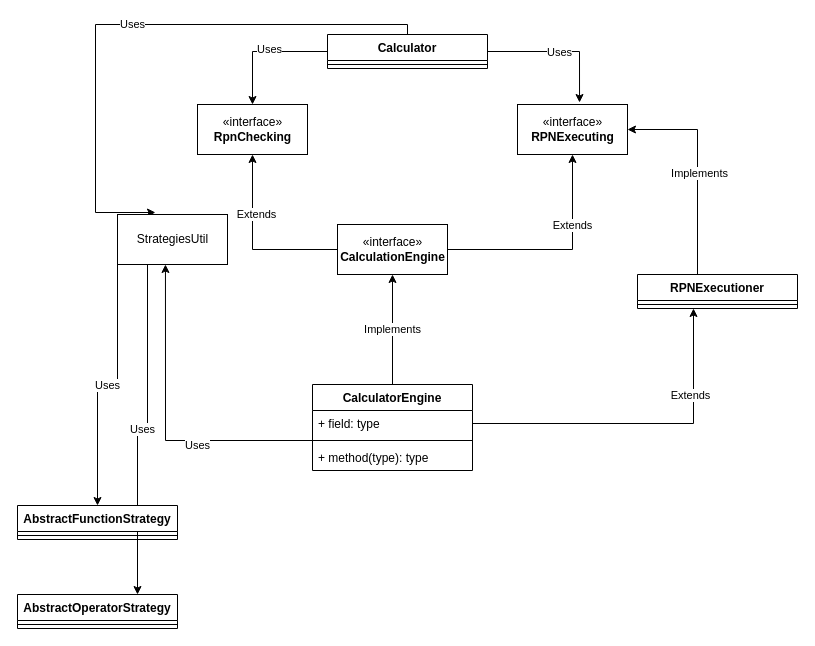
The draw.io diagram page "Current Stage" (1 of 2) of docs/RPNLibrary.drawio in bartgora/RPNLibrary, before the edit. Source tidied: cells renumbered, new cells numbered last; positions are measured from the earlier drawing's top-left corner, leaving out a move shared by most shapes. Both pictures are drawn from the tidied source at 100%, with x=0, y=0 at pixel (17, 24).
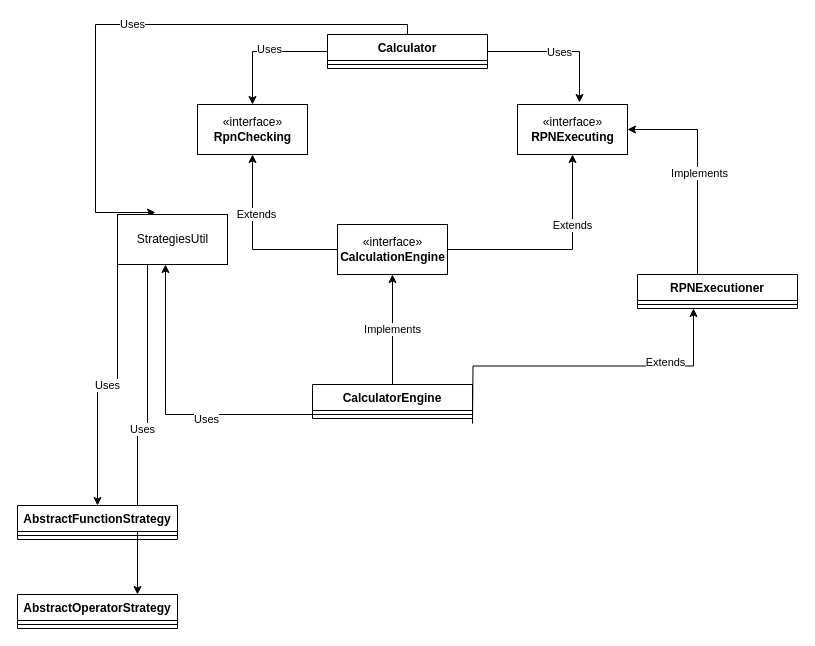
The same diagram, later.

The change refers to these unchanged cells:
```xml
<mxCell id="27" style="line;strokeWidth=1;fillColor=none;align=left;verticalAlign=middle;spacingTop=-1;spacingLeft=3;spacingRight=3;labelPosition=right;points=[];portConstraint=eastwest;" parent="26" vertex="1">
  <mxGeometry y="26" width="160" height="8" as="geometry" />
</mxCell>
```

What changed in the source:
```diff
@@
     <mxCell id="15" value="CalculatorEngine" style="swimlane;fontStyle=1;align=center;verticalAlign=top;horizontal=1;startSize=26;" parent="1" vertex="1">
-      <mxGeometry x="295" y="360" width="160" height="86" as="geometry" />
+      <mxGeometry x="295" y="360" width="160" height="34" as="geometry" />
     </mxCell>
-    <mxCell id="16" value="+ field: type" style="text;strokeColor=none;fillColor=none;align=left;verticalAlign=top;spacingLeft=4;spacingRight=4;overflow=hidden;points=[[0,0.5],[1,0.5]];portConstraint=eastwest;" parent="15" vertex="1">
-      <mxGeometry y="26" width="160" height="26" as="geometry" />
-    </mxCell>
     <mxCell id="17" style="line;strokeWidth=1;fillColor=none;align=left;verticalAlign=middle;spacingTop=-1;spacingLeft=3;spacingRight=3;labelPosition=right;points=[];portConstraint=eastwest;" parent="15" vertex="1">
-      <mxGeometry y="52" width="160" height="8" as="geometry" />
+      <mxGeometry y="26" width="160" height="8" as="geometry" />
     </mxCell>
-    <mxCell id="18" value="+ method(type): type" style="text;strokeColor=none;fillColor=none;align=left;verticalAlign=top;spacingLeft=4;spacingRight=4;overflow=hidden;" parent="15" vertex="1">
-      <mxGeometry y="60" width="160" height="26" as="geometry" />
-    </mxCell>
@@
-    <mxCell id="28" style="edgeStyle=orthogonalEdgeStyle;rounded=0;jettySize=auto;html=1;entryX=0.35;entryY=1;entryDx=0;entryDy=0;entryPerimeter=0;" parent="1" edge="1" source="16" target="27">
-      <mxGeometry relative="1" as="geometry" />
+    <mxCell id="28" style="edgeStyle=orthogonalEdgeStyle;rounded=0;jettySize=auto;html=1;entryX=0.35;entryY=1;entryDx=0;entryDy=0;entryPerimeter=0;" parent="1" edge="1" target="27">
+      <mxGeometry relative="1" as="geometry">
+        <mxPoint x="455" y="399" as="sourcePoint" />
+      </mxGeometry>
     </mxCell>
```
